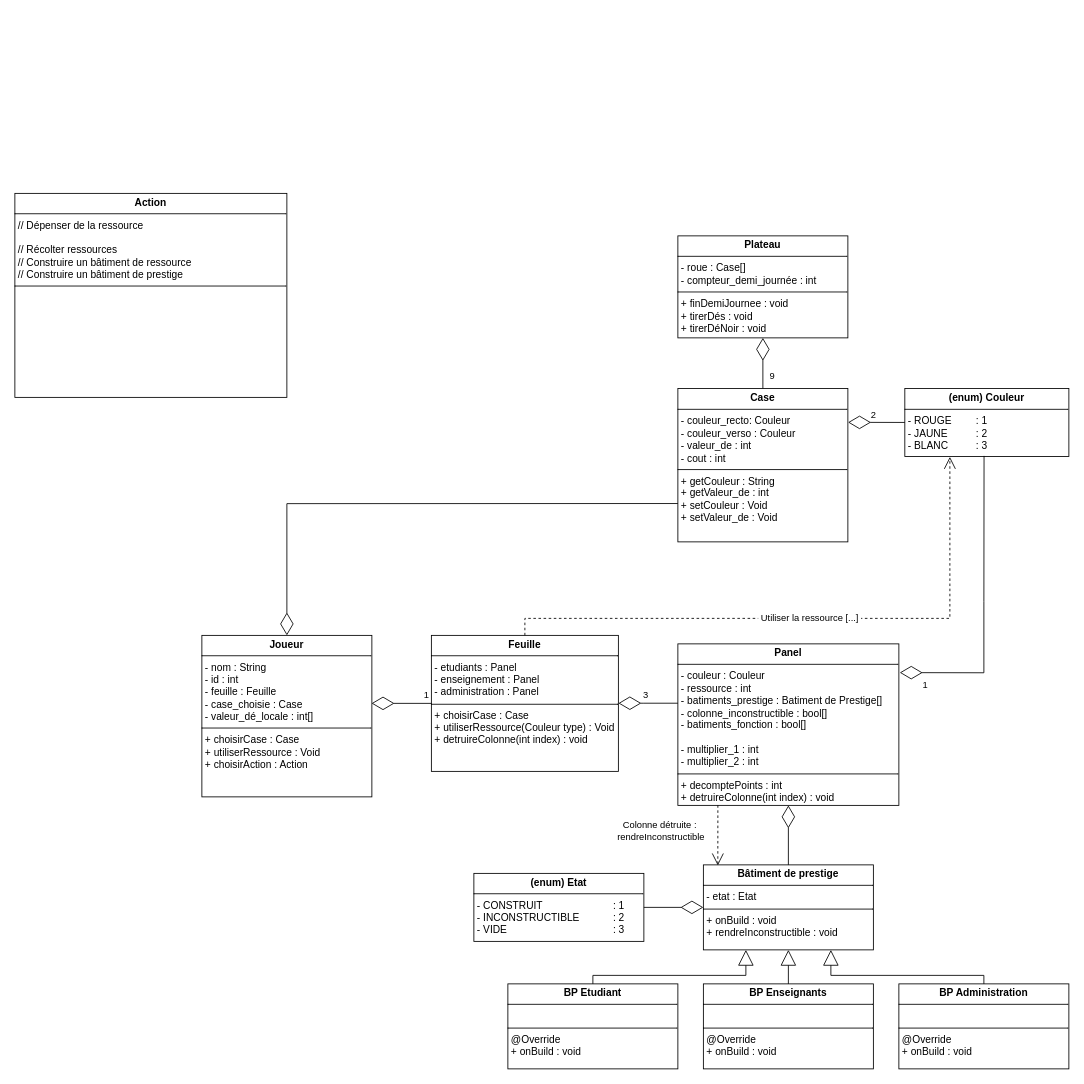
AntoineMilochevitch/Troyes-Dice keeps this draw.io diagram as diagrammeClassTroyes-Dice.drawio. Above is the earlier version. Source tidied: cells renumbered, new cells numbered last; positions are measured from the earlier drawing's top-left corner, leaving out a move shared by most shapes. Both pictures are drawn from the tidied source at 85%, with x=0, y=0 at pixel (14, 193).
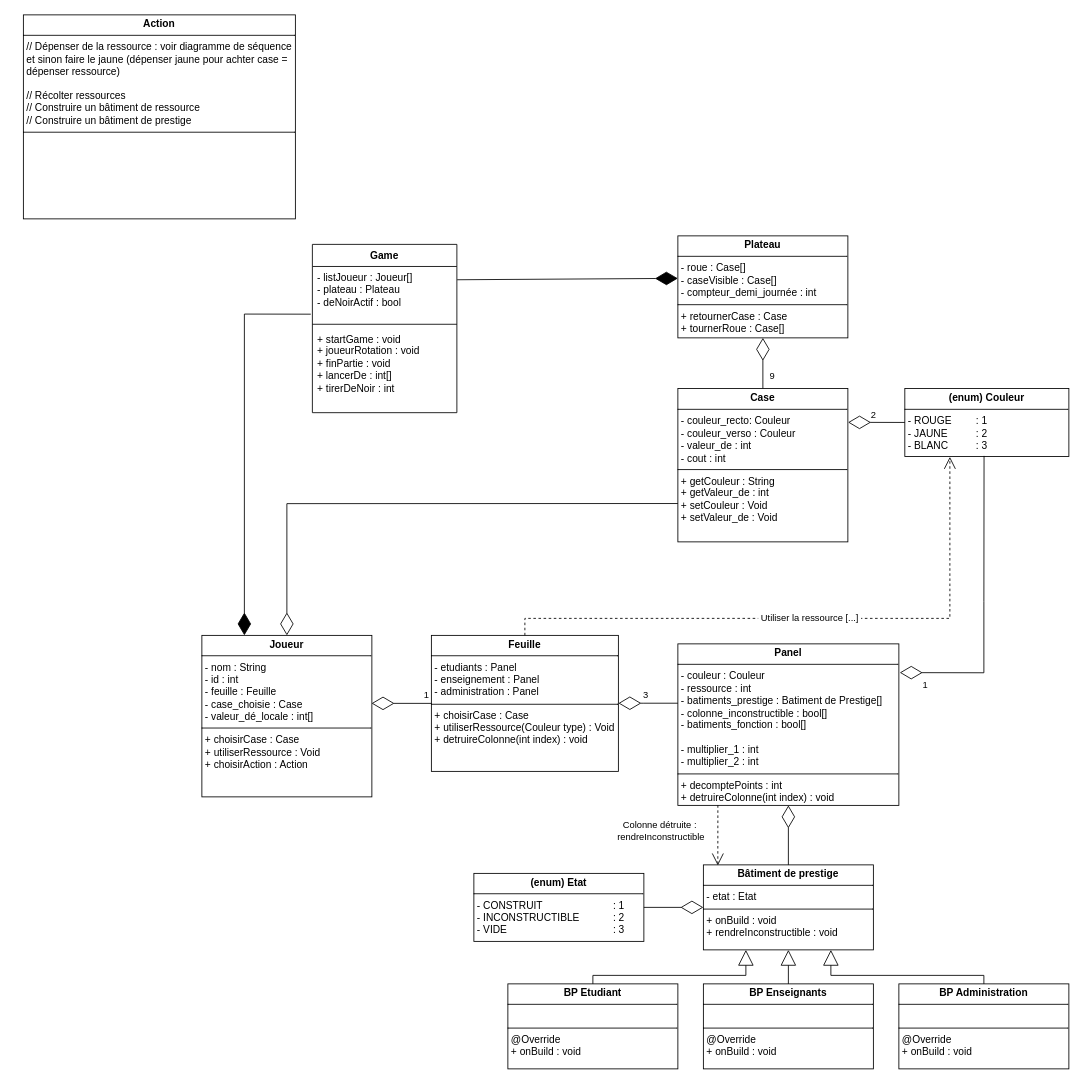
Above is the later version.

Commit message:
Mettre à jour diagrammeClassTroyes-Dice.drawio

What changed in the source:
```diff
@@
-    <mxCell id="3" value="&lt;p style=&quot;margin:0px;margin-top:4px;text-align:center;&quot;&gt;&lt;b&gt;Action&lt;/b&gt;&lt;/p&gt;&lt;hr size=&quot;1&quot; style=&quot;border-style:solid;&quot;&gt;&lt;p style=&quot;margin:0px;margin-left:4px;&quot;&gt;// Dépenser de la ressource&lt;/p&gt;&lt;p style=&quot;margin:0px;margin-left:4px;&quot;&gt;&lt;br&gt;&lt;/p&gt;&lt;p style=&quot;margin:0px;margin-left:4px;&quot;&gt;// Récolter ressources&lt;/p&gt;&lt;p style=&quot;margin:0px;margin-left:4px;&quot;&gt;// Construire un bâtiment de ressource&lt;/p&gt;&lt;p style=&quot;margin:0px;margin-left:4px;&quot;&gt;// Construire un bâtiment de prestige&lt;/p&gt;&lt;hr size=&quot;1&quot; style=&quot;border-style:solid;&quot;&gt;&lt;p style=&quot;margin:0px;margin-left:4px;&quot;&gt;&lt;br&gt;&lt;/p&gt;" style="verticalAlign=top;align=left;overflow=fill;html=1;whiteSpace=wrap;" parent="1" vertex="1">
-      <mxGeometry width="320" height="240" as="geometry" />
+    <mxCell id="3" value="&lt;p style=&quot;margin:0px;margin-top:4px;text-align:center;&quot;&gt;&lt;b&gt;Action&lt;/b&gt;&lt;/p&gt;&lt;hr size=&quot;1&quot; style=&quot;border-style:solid;&quot;&gt;&lt;p style=&quot;margin:0px;margin-left:4px;&quot;&gt;// Dépenser de la ressource : voir diagramme de séquence et sinon faire le jaune (dépenser jaune pour achter case = dépenser ressource)&lt;/p&gt;&lt;p style=&quot;margin:0px;margin-left:4px;&quot;&gt;&lt;br&gt;&lt;/p&gt;&lt;p style=&quot;margin:0px;margin-left:4px;&quot;&gt;// Récolter ressources&lt;/p&gt;&lt;p style=&quot;margin:0px;margin-left:4px;&quot;&gt;// Construire un bâtiment de ressource&lt;/p&gt;&lt;p style=&quot;margin:0px;margin-left:4px;&quot;&gt;// Construire un bâtiment de prestige&lt;/p&gt;&lt;hr size=&quot;1&quot; style=&quot;border-style:solid;&quot;&gt;&lt;p style=&quot;margin:0px;margin-left:4px;&quot;&gt;&lt;br&gt;&lt;/p&gt;" style="verticalAlign=top;align=left;overflow=fill;html=1;whiteSpace=wrap;" parent="1" vertex="1">
+      <mxGeometry x="10" y="-210" width="320" height="240" as="geometry" />
     </mxCell>
@@
-    <mxCell id="8" value="&lt;p style=&quot;margin:0px;margin-top:4px;text-align:center;&quot;&gt;&lt;b&gt;Plateau&lt;/b&gt;&lt;/p&gt;&lt;hr size=&quot;1&quot; style=&quot;border-style:solid;&quot;&gt;&lt;p style=&quot;margin:0px;margin-left:4px;&quot;&gt;- roue : Case[]&lt;/p&gt;&lt;p style=&quot;margin:0px;margin-left:4px;&quot;&gt;- compteur_demi_journée : int&lt;/p&gt;&lt;hr size=&quot;1&quot; style=&quot;border-style:solid;&quot;&gt;&lt;p style=&quot;margin:0px;margin-left:4px;&quot;&gt;+ finDemiJournee : void&lt;/p&gt;&lt;p style=&quot;margin:0px;margin-left:4px;&quot;&gt;+ tirerDés : void&lt;/p&gt;&lt;p style=&quot;margin:0px;margin-left:4px;&quot;&gt;+ tirerDéNoir : void&lt;/p&gt;" style="verticalAlign=top;align=left;overflow=fill;html=1;whiteSpace=wrap;" parent="1" vertex="1">
+    <mxCell id="8" value="&lt;p style=&quot;margin:0px;margin-top:4px;text-align:center;&quot;&gt;&lt;b&gt;Plateau&lt;/b&gt;&lt;/p&gt;&lt;hr size=&quot;1&quot; style=&quot;border-style:solid;&quot;&gt;&lt;p style=&quot;margin:0px;margin-left:4px;&quot;&gt;- roue : Case[]&lt;/p&gt;&lt;p style=&quot;margin:0px;margin-left:4px;&quot;&gt;- caseVisible : Case[]&lt;/p&gt;&lt;p style=&quot;margin:0px;margin-left:4px;&quot;&gt;- compteur_demi_journée : int&lt;/p&gt;&lt;hr size=&quot;1&quot; style=&quot;border-style:solid;&quot;&gt;&lt;p style=&quot;margin:0px;margin-left:4px;&quot;&gt;+ retournerCase : Case&lt;/p&gt;&lt;p style=&quot;margin:0px;margin-left:4px;&quot;&gt;+ tournerRoue : Case[]&lt;/p&gt;" style="verticalAlign=top;align=left;overflow=fill;html=1;whiteSpace=wrap;" parent="1" vertex="1">
       <mxGeometry x="780" y="50" width="200" height="120" as="geometry" />
     </mxCell>
@@
+    <mxCell id="32" value="Game" style="swimlane;fontStyle=1;align=center;verticalAlign=top;horizontal=1;startSize=26;whiteSpace=wrap;html=1;" parent="1" vertex="1">
+      <mxGeometry x="350" y="60" width="170" height="198" as="geometry" />
+    </mxCell>
+    <mxCell id="33" value="- listJoueur : Joueur[]&lt;div&gt;- plateau : Plateau&lt;/div&gt;&lt;div&gt;- deNoirActif : bool&lt;/div&gt;" style="text;strokeColor=none;fillColor=none;align=left;verticalAlign=top;spacingLeft=4;spacingRight=4;overflow=hidden;points=[[0,0.5],[1,0.5]];portConstraint=eastwest;whiteSpace=wrap;html=1;" parent="32" vertex="1">
+      <mxGeometry y="26" width="170" height="64" as="geometry" />
+    </mxCell>
+    <mxCell id="34" style="line;strokeWidth=1;fillColor=none;align=left;verticalAlign=middle;spacingTop=-1;spacingLeft=3;spacingRight=3;labelPosition=right;strokeColor=inherit;" parent="32" vertex="1">
+      <mxGeometry y="90" width="170" height="8" as="geometry" />
+    </mxCell>
+    <mxCell id="35" value="+ startGame : void&lt;div&gt;+ joueurRotation : void&lt;/div&gt;&lt;div&gt;+ finPartie : void&lt;/div&gt;&lt;div&gt;+ lancerDe : int[]&lt;/div&gt;&lt;div&gt;+ tirerDeNoir : int&lt;/div&gt;&lt;div&gt;&lt;br&gt;&lt;/div&gt;" style="text;strokeColor=none;fillColor=none;align=left;verticalAlign=top;spacingLeft=4;spacingRight=4;overflow=hidden;whiteSpace=wrap;html=1;" parent="32" vertex="1">
+      <mxGeometry y="98" width="170" height="100" as="geometry" />
+    </mxCell>
+    <mxCell id="36" style="endArrow=diamondThin;endFill=1;endSize=24;html=1;rounded=0;exitX=1.002;exitY=0.244;exitDx=0;exitDy=0;exitPerimeter=0;" parent="1" edge="1" source="33">
+      <mxGeometry relative="1" as="geometry">
+        <mxPoint x="780" y="100" as="targetPoint" />
+      </mxGeometry>
+    </mxCell>
+    <mxCell id="37" style="endArrow=diamondThin;endFill=1;endSize=24;html=1;rounded=0;exitX=-0.011;exitY=0.877;exitDx=0;exitDy=0;exitPerimeter=0;" parent="1" edge="1" source="33">
+      <mxGeometry relative="1" as="geometry">
+        <mxPoint x="270" y="520" as="targetPoint" />
+        <Array as="points">
+          <mxPoint x="270" y="142" />
+        </Array>
+      </mxGeometry>
+    </mxCell>
```
